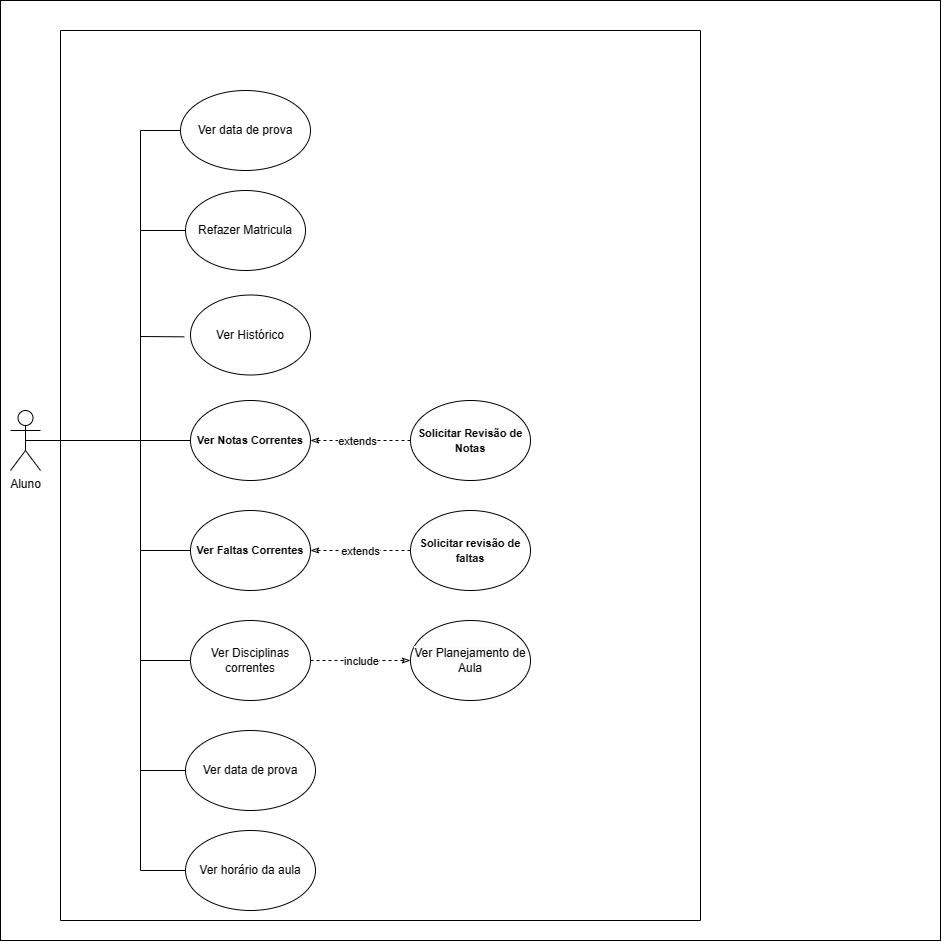
Above: documentação/cdu/caso_de_uso_aluno.drawio.png in hkokt/br.com.sigasoqbom.documentacao (draw.io), before the change. Source tidied: cells renumbered, new cells last; positions are measured from the earlier drawing's top-left corner, leaving out a move shared by most shapes.
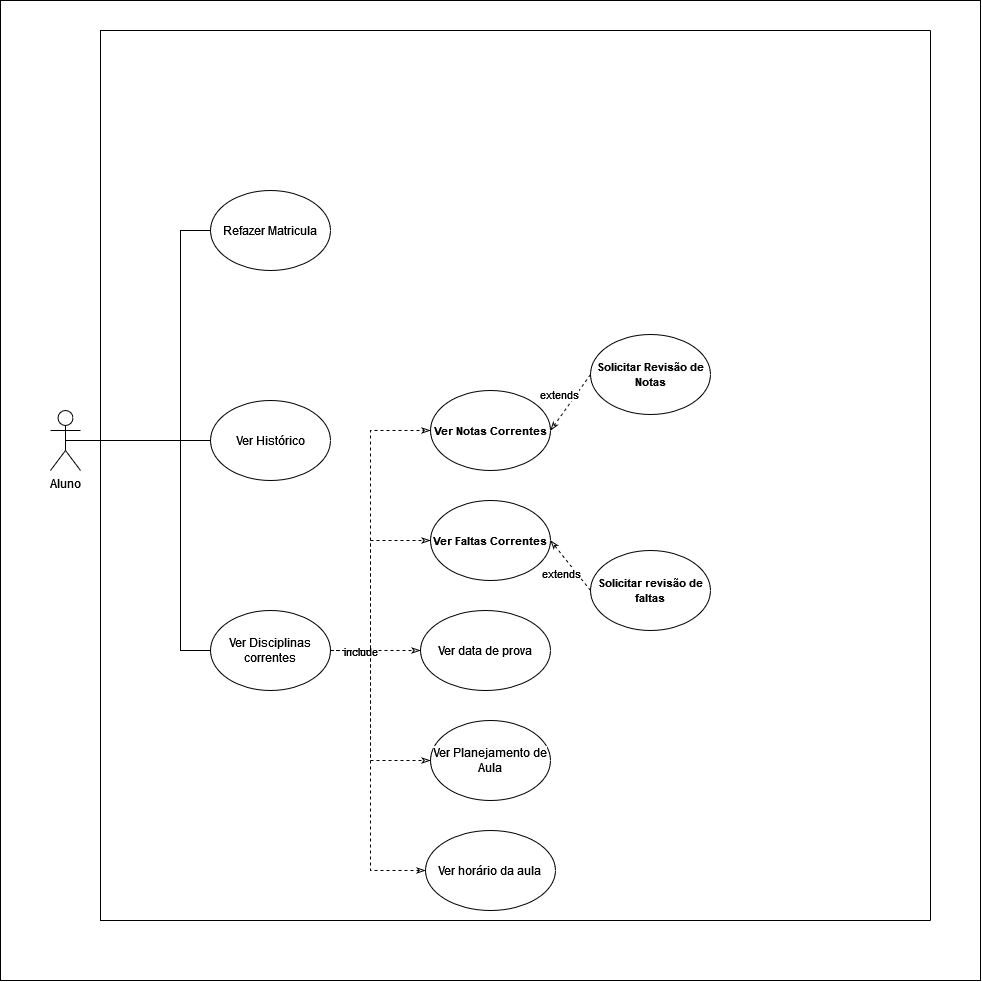
The same file after the commit.

Diff of the diagram source:
```diff
@@ -3,16 +3,16 @@
     <mxCell id="0" />
     <mxCell id="1" parent="0" />
     <mxCell id="2" style="whiteSpace=wrap;html=1;" parent="1" vertex="1">
-      <mxGeometry width="940" height="940" as="geometry" />
+      <mxGeometry x="-40" width="980" height="980" as="geometry" />
     </mxCell>
     <mxCell id="3" value="Aluno" style="shape=umlActor;verticalLabelPosition=bottom;verticalAlign=top;html=1;outlineConnect=0;" parent="1" vertex="1">
       <mxGeometry x="10" y="410" width="30" height="60" as="geometry" />
     </mxCell>
     <mxCell id="4" style="swimlane;startSize=0;fontFamily=Helvetica;fontSize=11;fontColor=default;direction=south;" parent="1" vertex="1">
-      <mxGeometry x="60" y="30" width="640" height="890" as="geometry" />
+      <mxGeometry x="60" y="30" width="830" height="890" as="geometry" />
     </mxCell>
     <mxCell id="5" value="Refazer Matricula" style="ellipse;whiteSpace=wrap;html=1;" parent="4" vertex="1">
-      <mxGeometry x="125" y="160" width="120" height="80" as="geometry" />
+      <mxGeometry x="110" y="160" width="120" height="80" as="geometry" />
     </mxCell>
     <mxCell id="6" style="endArrow=classicThin;dashed=1;html=1;rounded=0;labelBackgroundColor=default;strokeColor=default;fontFamily=Helvetica;fontSize=11;fontColor=default;shape=connector;endFill=0;entryX=1;entryY=0.5;entryDx=0;entryDy=0;exitX=0;exitY=0.5;exitDx=0;exitDy=0;" parent="4" edge="1" source="16" target="15">
       <mxGeometry relative="1" as="geometry" />
@@ -31,101 +31,94 @@
       </mxGeometry>
     </mxCell>
     <mxCell id="10" value="Ver horário da aula&lt;br&gt;" style="ellipse;whiteSpace=wrap;html=1;" parent="4" vertex="1">
-      <mxGeometry x="125" y="800" width="130" height="80" as="geometry" />
+      <mxGeometry x="325" y="800" width="130" height="80" as="geometry" />
     </mxCell>
     <mxCell id="11" value="Ver data de prova" style="ellipse;whiteSpace=wrap;html=1;" parent="4" vertex="1">
-      <mxGeometry x="125" y="700" width="130" height="80" as="geometry" />
+      <mxGeometry x="320" y="580" width="130" height="80" as="geometry" />
     </mxCell>
     <mxCell id="12" style="endArrow=classicThin;dashed=1;html=1;rounded=0;labelBackgroundColor=default;strokeColor=default;fontFamily=Helvetica;fontSize=11;fontColor=default;shape=connector;endFill=0;entryX=0;entryY=0.5;entryDx=0;entryDy=0;exitX=1;exitY=0.5;exitDx=0;exitDy=0;" parent="4" edge="1" source="20" target="21">
-      <mxGeometry relative="1" as="geometry" />
+      <mxGeometry relative="1" as="geometry">
+        <Array as="points">
+          <mxPoint x="270" y="620" />
+          <mxPoint x="270" y="730" />
+        </Array>
+      </mxGeometry>
     </mxCell>
-    <mxCell id="13" value="include" style="edgeLabel;html=1;align=center;verticalAlign=middle;fontSize=11;fontFamily=Helvetica;fontColor=default;" parent="12" vertex="1">
-      <mxGeometry x="-0.29" relative="1" as="geometry">
-        <mxPoint x="15" as="offset" />
-      </mxGeometry>
-    </mxCell>
-    <mxCell id="14" value="Ver data de prova" style="ellipse;whiteSpace=wrap;html=1;" parent="4" vertex="1">
-      <mxGeometry x="120" y="60" width="130" height="80" as="geometry" />
-    </mxCell>
     <mxCell id="15" value="&lt;b style=&quot;border-color: var(--border-color); font-size: 11px;&quot;&gt;Ver Notas Correntes&lt;/b&gt;" style="ellipse;whiteSpace=wrap;html=1;" parent="4" vertex="1">
-      <mxGeometry x="130" y="370" width="120" height="80" as="geometry" />
+      <mxGeometry x="330" y="360" width="120" height="80" as="geometry" />
     </mxCell>
     <mxCell id="16" value="&lt;b style=&quot;border-color: var(--border-color); color: rgb(0, 0, 0); font-family: Helvetica; font-size: 11px; font-style: normal; font-variant-ligatures: normal; font-variant-caps: normal; letter-spacing: normal; orphans: 2; text-align: center; text-indent: 0px; text-transform: none; widows: 2; word-spacing: 0px; -webkit-text-stroke-width: 0px; text-decoration-thickness: initial; text-decoration-style: initial; text-decoration-color: initial; background-color: rgb(251, 251, 251);&quot;&gt;Solicitar Revisão de Notas&lt;/b&gt;" style="ellipse;whiteSpace=wrap;html=1;" parent="4" vertex="1">
-      <mxGeometry x="350" y="370" width="120" height="80" as="geometry" />
+      <mxGeometry x="490" y="304" width="120" height="80" as="geometry" />
     </mxCell>
     <mxCell id="17" value="Ver Histórico" style="ellipse;whiteSpace=wrap;html=1;" parent="4" vertex="1">
-      <mxGeometry x="130" y="264.5" width="120" height="80" as="geometry" />
+      <mxGeometry x="110" y="370" width="120" height="80" as="geometry" />
     </mxCell>
     <mxCell id="18" value="&lt;b style=&quot;border-color: var(--border-color); font-size: 11px;&quot;&gt;Solicitar revisão de faltas&lt;/b&gt;" style="ellipse;whiteSpace=wrap;html=1;" parent="4" vertex="1">
-      <mxGeometry x="350" y="480" width="120" height="80" as="geometry" />
+      <mxGeometry x="490" y="520" width="120" height="80" as="geometry" />
     </mxCell>
     <mxCell id="19" value="&lt;b style=&quot;border-color: var(--border-color); font-size: 11px;&quot;&gt;Ver Faltas Correntes&lt;/b&gt;" style="ellipse;whiteSpace=wrap;html=1;" parent="4" vertex="1">
-      <mxGeometry x="130" y="480" width="120" height="80" as="geometry" />
+      <mxGeometry x="330" y="470" width="120" height="80" as="geometry" />
     </mxCell>
     <mxCell id="20" value="Ver Disciplinas correntes" style="ellipse;whiteSpace=wrap;html=1;" parent="4" vertex="1">
-      <mxGeometry x="130" y="590" width="120" height="80" as="geometry" />
+      <mxGeometry x="110" y="580" width="120" height="80" as="geometry" />
     </mxCell>
     <mxCell id="21" value="&lt;span style=&quot;color: rgb(0, 0, 0); font-family: Helvetica; font-size: 12px; font-style: normal; font-variant-ligatures: normal; font-variant-caps: normal; font-weight: 400; letter-spacing: normal; orphans: 2; text-align: center; text-indent: 0px; text-transform: none; widows: 2; word-spacing: 0px; -webkit-text-stroke-width: 0px; background-color: rgb(251, 251, 251); text-decoration-thickness: initial; text-decoration-style: initial; text-decoration-color: initial; float: none; display: inline !important;&quot;&gt;Ver Planejamento de Aula&lt;/span&gt;" style="ellipse;whiteSpace=wrap;html=1;" parent="4" vertex="1">
-      <mxGeometry x="350" y="590" width="120" height="80" as="geometry" />
+      <mxGeometry x="330" y="690" width="120" height="80" as="geometry" />
     </mxCell>
-    <mxCell id="22" style="endArrow=none;html=1;rounded=0;exitX=0.5;exitY=0.5;exitDx=0;exitDy=0;exitPerimeter=0;entryX=0;entryY=0.5;entryDx=0;entryDy=0;" parent="1" edge="1" source="3" target="15">
-      <mxGeometry relative="1" as="geometry" />
-    </mxCell>
-    <mxCell id="23" style="endArrow=none;html=1;rounded=0;exitX=0.5;exitY=0.5;exitDx=0;exitDy=0;exitPerimeter=0;entryX=0;entryY=0.5;entryDx=0;entryDy=0;" parent="1" edge="1" source="3" target="19">
-      <mxGeometry relative="1" as="geometry">
-        <Array as="points">
-          <mxPoint x="140" y="440" />
-          <mxPoint x="140" y="550" />
-        </Array>
-      </mxGeometry>
-    </mxCell>
+    <mxCell id="30" style="endArrow=classicThin;dashed=1;html=1;rounded=0;labelBackgroundColor=default;strokeColor=default;fontFamily=Helvetica;fontSize=11;fontColor=default;shape=connector;endFill=0;entryX=0;entryY=0.5;entryDx=0;entryDy=0;exitX=1;exitY=0.5;exitDx=0;exitDy=0;" parent="4" edge="1" source="20" target="11">
+      <mxGeometry relative="1" as="geometry" />
+    </mxCell>
+    <mxCell id="13" value="include" style="edgeLabel;html=1;align=center;verticalAlign=middle;fontSize=11;fontFamily=Helvetica;fontColor=default;" parent="30" vertex="1">
+      <mxGeometry x="-0.29" relative="1" as="geometry">
+        <mxPoint x="-2" as="offset" />
+      </mxGeometry>
+    </mxCell>
+    <mxCell id="31" style="endArrow=classicThin;dashed=1;html=1;rounded=0;labelBackgroundColor=default;strokeColor=default;fontFamily=Helvetica;fontSize=11;fontColor=default;shape=connector;endFill=0;exitX=1;exitY=0.5;exitDx=0;exitDy=0;entryX=0;entryY=0.5;entryDx=0;entryDy=0;" parent="4" edge="1" source="20" target="10">
+      <mxGeometry relative="1" as="geometry">
+        <Array as="points">
+          <mxPoint x="270" y="620" />
+          <mxPoint x="270" y="840" />
+        </Array>
+      </mxGeometry>
+    </mxCell>
+    <mxCell id="32" style="endArrow=classicThin;dashed=1;html=1;rounded=0;labelBackgroundColor=default;strokeColor=default;fontFamily=Helvetica;fontSize=11;fontColor=default;shape=connector;endFill=0;entryX=0;entryY=0.5;entryDx=0;entryDy=0;exitX=1;exitY=0.5;exitDx=0;exitDy=0;" parent="4" edge="1" source="20" target="19">
+      <mxGeometry relative="1" as="geometry">
+        <Array as="points">
+          <mxPoint x="270" y="620" />
+          <mxPoint x="270" y="510" />
+        </Array>
+      </mxGeometry>
+    </mxCell>
+    <mxCell id="33" style="endArrow=classicThin;dashed=1;html=1;rounded=0;labelBackgroundColor=default;strokeColor=default;fontFamily=Helvetica;fontSize=11;fontColor=default;shape=connector;endFill=0;entryX=0;entryY=0.5;entryDx=0;entryDy=0;exitX=1;exitY=0.5;exitDx=0;exitDy=0;" parent="4" edge="1" source="20" target="15">
+      <mxGeometry relative="1" as="geometry">
+        <Array as="points">
+          <mxPoint x="270" y="620" />
+          <mxPoint x="270" y="400" />
+        </Array>
+      </mxGeometry>
+    </mxCell>
-    <mxCell id="24" style="endArrow=none;html=1;rounded=0;exitX=0.5;exitY=0.5;exitDx=0;exitDy=0;exitPerimeter=0;entryX=-0.052;entryY=0.523;entryDx=0;entryDy=0;entryPerimeter=0;" parent="1" edge="1" source="3" target="17">
+    <mxCell id="24" style="endArrow=none;html=1;rounded=0;exitX=0.5;exitY=0.5;exitDx=0;exitDy=0;exitPerimeter=0;" parent="1" edge="1" source="3" target="17">
       <mxGeometry relative="1" as="geometry">
         <Array as="points">
           <mxPoint x="140" y="440" />
-          <mxPoint x="140" y="336" />
         </Array>
       </mxGeometry>
     </mxCell>
+    <mxCell id="28" style="endArrow=none;html=1;rounded=0;exitX=0.5;exitY=0.5;exitDx=0;exitDy=0;exitPerimeter=0;entryX=0;entryY=0.5;entryDx=0;entryDy=0;" parent="1" edge="1" source="3" target="5">
+      <mxGeometry relative="1" as="geometry">
+        <Array as="points">
+          <mxPoint x="140" y="440" />
+          <mxPoint x="140" y="230" />
+        </Array>
+      </mxGeometry>
+    </mxCell>
     <mxCell id="25" style="endArrow=none;html=1;rounded=0;exitX=0.5;exitY=0.5;exitDx=0;exitDy=0;exitPerimeter=0;entryX=0;entryY=0.5;entryDx=0;entryDy=0;" parent="1" edge="1" source="3" target="20">
       <mxGeometry relative="1" as="geometry">
         <Array as="points">
           <mxPoint x="140" y="440" />
-          <mxPoint x="140" y="660" />
+          <mxPoint x="140" y="650" />
         </Array>
       </mxGeometry>
     </mxCell>
-    <mxCell id="26" style="endArrow=none;html=1;rounded=0;exitX=0.5;exitY=0.5;exitDx=0;exitDy=0;exitPerimeter=0;entryX=0;entryY=0.5;entryDx=0;entryDy=0;" parent="1" edge="1" source="3" target="11">
-      <mxGeometry relative="1" as="geometry">
-        <Array as="points">
-          <mxPoint x="140" y="440" />
-          <mxPoint x="140" y="770" />
-        </Array>
-      </mxGeometry>
-    </mxCell>
-    <mxCell id="27" style="endArrow=none;html=1;rounded=0;entryX=0;entryY=0.5;entryDx=0;entryDy=0;exitX=0.5;exitY=0.5;exitDx=0;exitDy=0;exitPerimeter=0;" parent="1" edge="1" source="3" target="10">
-      <mxGeometry relative="1" as="geometry">
-        <Array as="points">
-          <mxPoint x="140" y="440" />
-          <mxPoint x="140" y="870" />
-        </Array>
-      </mxGeometry>
-    </mxCell>
-    <mxCell id="28" style="endArrow=none;html=1;rounded=0;exitX=0.5;exitY=0.5;exitDx=0;exitDy=0;exitPerimeter=0;entryX=0;entryY=0.5;entryDx=0;entryDy=0;" parent="1" edge="1" source="3" target="5">
-      <mxGeometry relative="1" as="geometry">
-        <Array as="points">
-          <mxPoint x="140" y="440" />
-          <mxPoint x="140" y="230" />
-        </Array>
-      </mxGeometry>
-    </mxCell>
-    <mxCell id="29" style="endArrow=none;html=1;rounded=0;exitX=0.5;exitY=0.5;exitDx=0;exitDy=0;exitPerimeter=0;entryX=0;entryY=0.5;entryDx=0;entryDy=0;" parent="1" edge="1" source="3" target="14">
-      <mxGeometry relative="1" as="geometry">
-        <Array as="points">
-          <mxPoint x="140" y="440" />
-          <mxPoint x="140" y="130" />
-        </Array>
-      </mxGeometry>
-    </mxCell>
   </root>
 </mxGraphModel>
```
